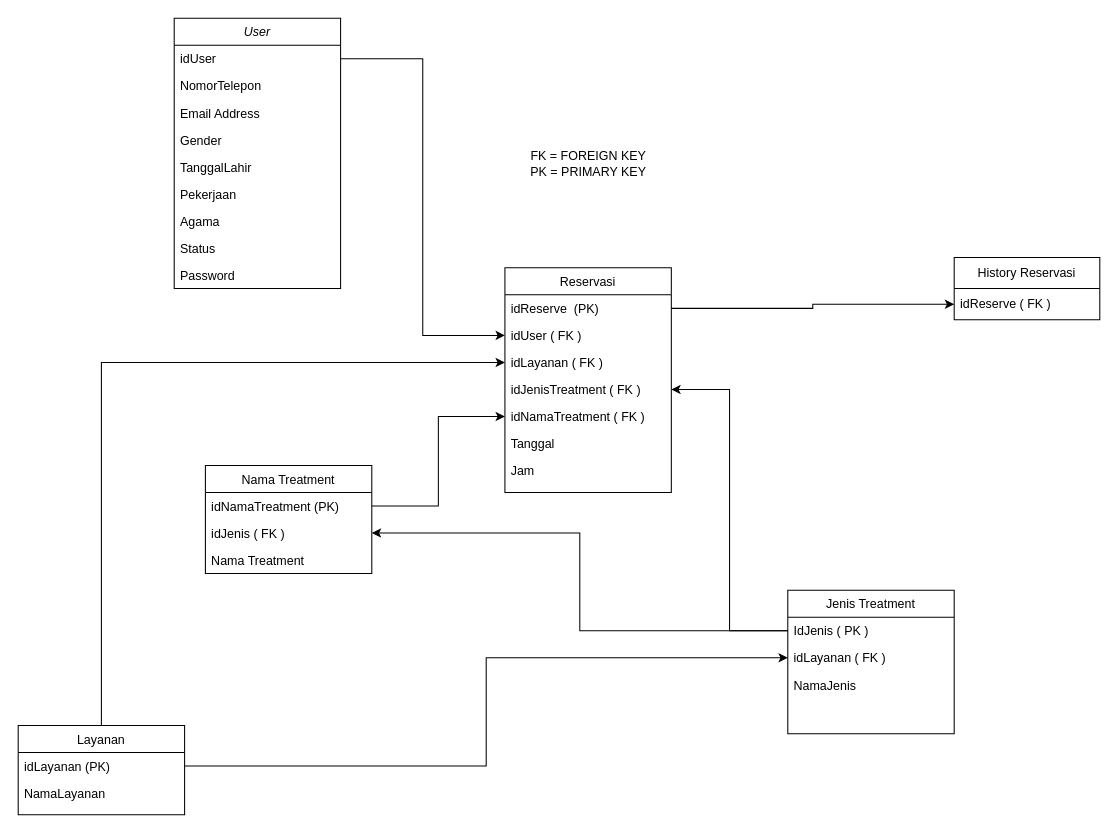
The draw.io diagram ERD-Klinik-Dr.Nich.drawio in josephsbtn/Project-Klinik-Dr.Nich, before the edit. Source tidied: cells renumbered, new cells numbered last; positions are measured from the earlier drawing's top-left corner, leaving out a move shared by most shapes. Both pictures are drawn from the tidied source at 104%, with x=0, y=0 at pixel (18, 18).
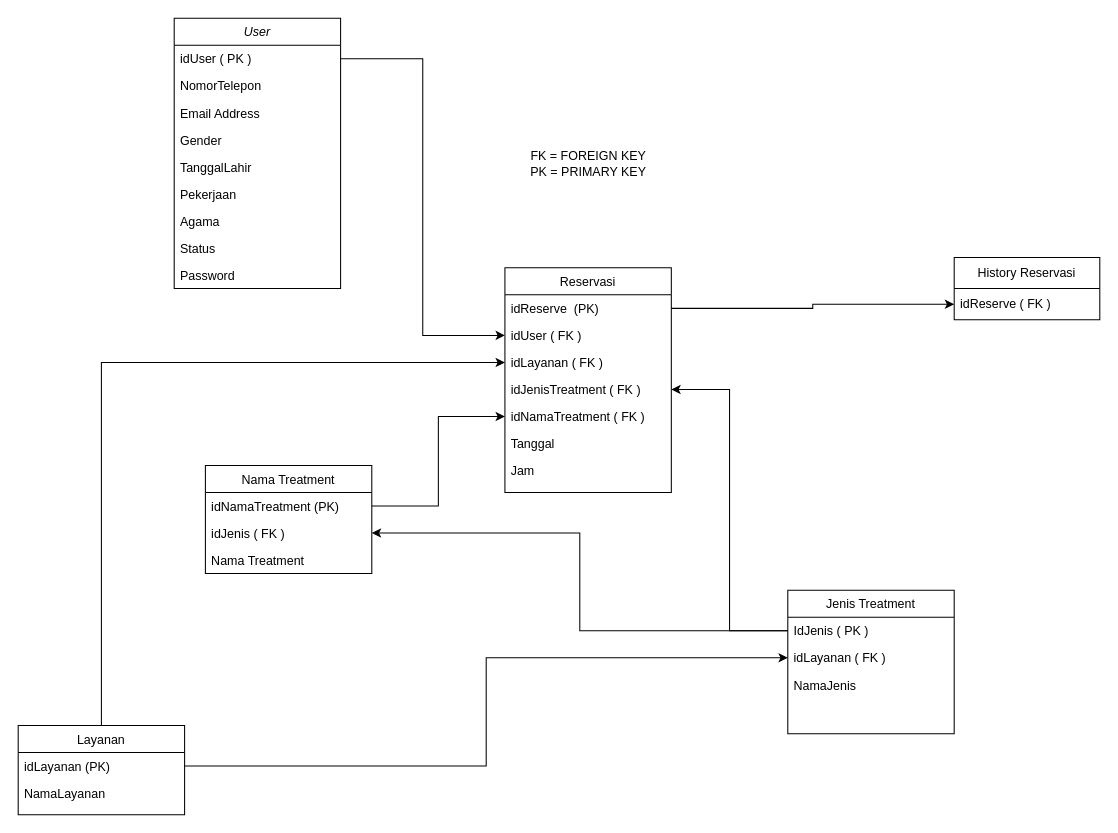
The same diagram, later.

The change refers to these unchanged cells:
```xml
<mxCell id="2" value="User" style="swimlane;fontStyle=2;align=center;verticalAlign=top;horizontal=1;startSize=26;rounded=0;shadow=0;strokeWidth=1;" parent="1" vertex="1">
  <mxGeometry x="150" width="160" height="260" as="geometry" />
</mxCell>
```

Diff of the diagram source:
```diff
@@
-    <mxCell id="3" value="idUser" style="text;align=left;verticalAlign=top;spacingLeft=4;spacingRight=4;overflow=hidden;points=[[0,0.5],[1,0.5]];portConstraint=eastwest;" parent="2" vertex="1">
+    <mxCell id="3" value="idUser ( PK )" style="text;align=left;verticalAlign=top;spacingLeft=4;spacingRight=4;overflow=hidden;points=[[0,0.5],[1,0.5]];portConstraint=eastwest;" parent="2" vertex="1">
       <mxGeometry y="26" width="160" height="26" as="geometry" />
     </mxCell>
```
